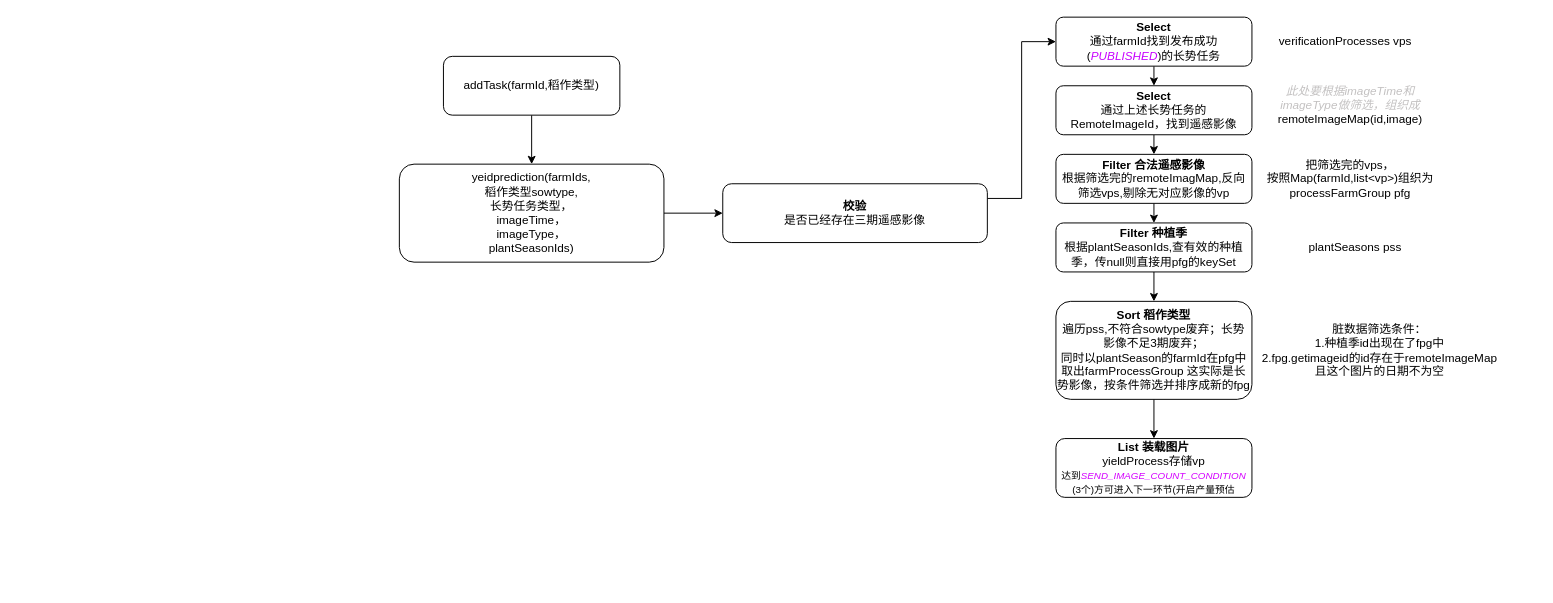
Earlier version of the draw.io diagram 产量预估.drawio (RK-JD/DrawIO). Source tidied: cells renumbered, new cells numbered last; positions are measured from the earlier drawing's top-left corner, leaving out a move shared by most shapes. Both pictures are drawn from the tidied source at 98%, with x=0, y=0 at pixel (399, 17).
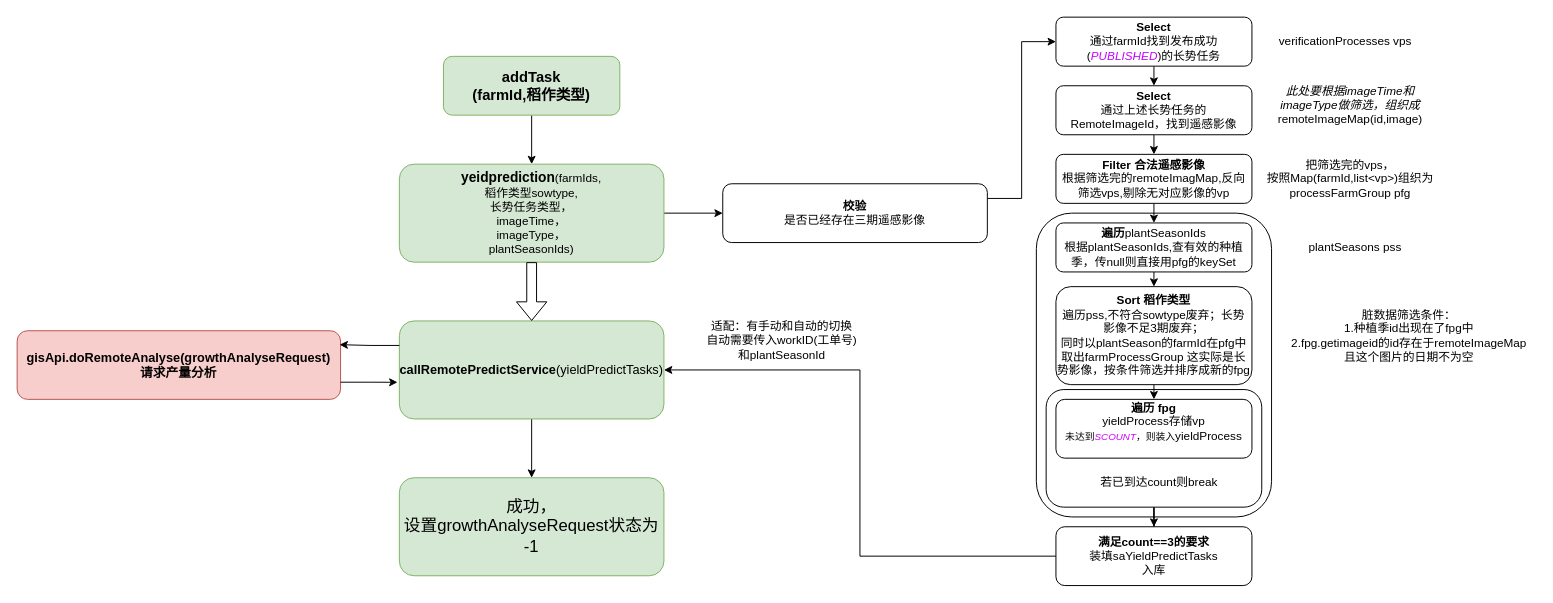
Above is the later version.

Commit message:
更新产量预估.drawio

The edit, as a diff of the source:
```diff
@@
+    <mxCell id="24" style="rounded=1;whiteSpace=wrap;html=1;" parent="1" vertex="1">
+      <mxGeometry x="650" y="200" width="240" height="310" as="geometry" />
+    </mxCell>
+    <mxCell id="25" style="edgeStyle=orthogonalEdgeStyle;rounded=0;jettySize=auto;html=1;exitX=0.5;exitY=1;exitDx=0;exitDy=0;" parent="1" edge="1" source="26" target="27">
+      <mxGeometry relative="1" as="geometry" />
+    </mxCell>
+    <mxCell id="26" style="rounded=1;whiteSpace=wrap;html=1;" parent="1" vertex="1">
+      <mxGeometry x="660" y="380" width="220" height="120" as="geometry" />
+    </mxCell>
@@
-    <mxCell id="3" value="addTask(farmId,稻作类型)" style="rounded=1;whiteSpace=wrap;html=1;" parent="1" vertex="1">
+    <mxCell id="3" value="&lt;b&gt;&lt;font style=&quot;font-size: 15px;&quot;&gt;addTask&lt;/font&gt;&lt;/b&gt;&lt;div&gt;&lt;b&gt;&lt;font style=&quot;font-size: 15px;&quot;&gt;(farmId,稻作类型)&lt;/font&gt;&lt;/b&gt;&lt;/div&gt;" style="rounded=1;whiteSpace=wrap;html=1;fillColor=#d5e8d4;strokeColor=#82b366;" parent="1" vertex="1">
       <mxGeometry x="45" y="40" width="180" height="60" as="geometry" />
     </mxCell>
@@
-    <mxCell id="5" value="yeidprediction(farmIds,&lt;div&gt;稻作类型sowtype,&lt;/div&gt;&lt;div&gt;长势任务类型，&lt;/div&gt;&lt;div&gt;imageTime，&lt;/div&gt;&lt;div&gt;imageType，&lt;/div&gt;&lt;div&gt;plantSeasonIds)&lt;/div&gt;" style="rounded=1;whiteSpace=wrap;html=1;" parent="1" vertex="1">
+    <mxCell id="5" value="&lt;b&gt;&lt;font style=&quot;font-size: 14px;&quot;&gt;yeidprediction&lt;/font&gt;&lt;/b&gt;(farmIds,&lt;div&gt;稻作类型sowtype,&lt;/div&gt;&lt;div&gt;长势任务类型，&lt;/div&gt;&lt;div&gt;imageTime，&lt;/div&gt;&lt;div&gt;imageType，&lt;/div&gt;&lt;div&gt;plantSeasonIds)&lt;/div&gt;" style="rounded=1;whiteSpace=wrap;html=1;fillColor=#d5e8d4;strokeColor=#82b366;" parent="1" vertex="1">
       <mxGeometry y="150" width="270" height="100" as="geometry" />
     </mxCell>
@@
-    <mxCell id="12" value="&lt;font color=&quot;#c3c1c1&quot;&gt;&lt;span&gt;此处要根据imageTime和&lt;br&gt;imageType做筛选，组织成&lt;br&gt;&lt;/span&gt;&lt;/font&gt;&lt;div&gt;&lt;font style=&quot;font-style: normal;&quot;&gt;remoteImageMap(id,image)&lt;/font&gt;&lt;/div&gt;" style="text;html=1;align=center;verticalAlign=middle;strokeColor=none;fillColor=none;fontStyle=2;" parent="1" vertex="1">
+    <mxCell id="12" value="此处要根据imageTime和&lt;br&gt;imageType做筛选，组织成&lt;br&gt;&lt;div&gt;&lt;font style=&quot;font-style: normal;&quot;&gt;remoteImageMap(id,image)&lt;/font&gt;&lt;/div&gt;" style="text;html=1;align=center;verticalAlign=middle;strokeColor=none;fillColor=none;fontStyle=2;" parent="1" vertex="1">
       <mxGeometry x="885" y="60" width="170" height="60" as="geometry" />
     </mxCell>
@@
-    <mxCell id="18" value="&lt;b&gt;Filter 种植季&lt;/b&gt;&lt;br&gt;根据plantSeasonIds,查有效的种植季，传null则直接用pfg的keySet" style="rounded=1;whiteSpace=wrap;html=1;" parent="1" vertex="1">
+    <mxCell id="18" value="&lt;b&gt;遍历&lt;/b&gt;plantSeasonIds&lt;br&gt;根据plantSeasonIds,查有效的种植季，传null则直接用pfg的keySet" style="rounded=1;whiteSpace=wrap;html=1;" parent="1" vertex="1">
       <mxGeometry x="670" y="210" width="200" height="50" as="geometry" />
     </mxCell>
@@
     <mxCell id="20" value="&lt;b&gt;Sort 稻作类型&lt;/b&gt;&lt;br&gt;遍历pss,不符合sowtype废弃；长势影像不足3期废弃；&lt;div&gt;同时以plantSeason的farmId在pfg中取出farmProcessGroup 这实际是长势影像，按条件筛选并排序成新的fpg&lt;/div&gt;" style="rounded=1;whiteSpace=wrap;html=1;" parent="1" vertex="1">
-      <mxGeometry x="670" y="290" width="200" height="100" as="geometry" />
+      <mxGeometry x="670" y="275" width="200" height="100" as="geometry" />
     </mxCell>
@@
     <mxCell id="22" value="脏数据筛选条件：&lt;div&gt;1.种植季id出现在了fpg中&lt;/div&gt;&lt;div&gt;2.fpg.getimageid的id存在于remoteImageMap&lt;br&gt;且这个图片的日期不为空&lt;/div&gt;" style="text;html=1;align=center;verticalAlign=middle;strokeColor=none;fillColor=none;" parent="1" vertex="1">
-      <mxGeometry x="870" y="305" width="260" height="70" as="geometry" />
+      <mxGeometry x="900" y="290" width="260" height="70" as="geometry" />
     </mxCell>
-    <mxCell id="23" value="&lt;b&gt;List 装载图片&lt;/b&gt;&lt;br&gt;&lt;div&gt;yieldProcess存储vp&lt;br&gt;&lt;font size=&quot;1&quot;&gt;&lt;span style=&quot;font-size: 10px;&quot;&gt;达到&lt;/span&gt;&lt;i style=&quot;color: rgb(212, 0, 255); font-size: 10px;&quot;&gt;SEND_IMAGE_COUNT_CONDITION&lt;/i&gt;&lt;/font&gt;&lt;/div&gt;&lt;div&gt;&lt;font size=&quot;1&quot;&gt;&lt;span style=&quot;font-size: 10px;&quot;&gt;(3个)方可进入下一环节(开启产量预估&lt;/span&gt;&lt;/font&gt;&lt;/div&gt;" style="rounded=1;whiteSpace=wrap;html=1;" parent="1" vertex="1">
-      <mxGeometry x="670" y="430" width="200" height="60" as="geometry" />
+    <mxCell id="23" value="&lt;b&gt;遍历 fpg&lt;/b&gt;&lt;br&gt;&lt;div&gt;yieldProcess存储vp&lt;br&gt;&lt;font size=&quot;1&quot;&gt;&lt;span style=&quot;font-size: 10px;&quot;&gt;未达到&lt;/span&gt;&lt;i style=&quot;color: rgb(212, 0, 255); font-size: 10px;&quot;&gt;SCOUNT&lt;/i&gt;&lt;span style=&quot;font-size: 10px;&quot;&gt;，则装入&lt;/span&gt;&lt;/font&gt;&lt;span style=&quot;background-color: initial;&quot;&gt;yieldProcess&lt;/span&gt;&lt;/div&gt;&lt;div&gt;&lt;br&gt;&lt;/div&gt;" style="rounded=1;whiteSpace=wrap;html=1;" parent="1" vertex="1">
+      <mxGeometry x="670" y="390" width="200" height="60" as="geometry" />
     </mxCell>
+    <mxCell id="27" value="&lt;div&gt;&lt;b&gt;满足count==3的要求&lt;/b&gt;&lt;/div&gt;&lt;div&gt;装填&lt;span style=&quot;background-color: initial;&quot;&gt;saYieldPredictTasks&lt;/span&gt;&lt;/div&gt;&lt;div&gt;&lt;span style=&quot;background-color: initial;&quot;&gt;入库&lt;/span&gt;&lt;/div&gt;" style="rounded=1;whiteSpace=wrap;html=1;" parent="1" vertex="1">
+      <mxGeometry x="670" y="520" width="200" height="60" as="geometry" />
+    </mxCell>
+    <mxCell id="28" value="若已到达count则break" style="text;html=1;align=center;verticalAlign=middle;strokeColor=none;fillColor=none;" parent="1" vertex="1">
+      <mxGeometry x="705" y="460" width="140" height="30" as="geometry" />
+    </mxCell>
+    <mxCell id="29" style="edgeStyle=orthogonalEdgeStyle;rounded=0;jettySize=auto;html=1;exitX=0;exitY=0.5;exitDx=0;exitDy=0;entryX=1;entryY=0.5;entryDx=0;entryDy=0;" parent="1" edge="1" source="27" target="32">
+      <mxGeometry relative="1" as="geometry" />
+    </mxCell>
+    <mxCell id="30" value="适配：有手动和自动的切换&lt;div&gt;自动需要传入workID(工单号)&lt;/div&gt;&lt;div&gt;和plantSeasonId&lt;/div&gt;" style="text;html=1;align=center;verticalAlign=middle;strokeColor=none;fillColor=none;" parent="1" vertex="1">
+      <mxGeometry x="300" y="300" width="180" height="60" as="geometry" />
+    </mxCell>
+    <mxCell id="31" style="edgeStyle=orthogonalEdgeStyle;rounded=0;jettySize=auto;html=1;exitX=0.5;exitY=1;exitDx=0;exitDy=0;entryX=0.5;entryY=0;entryDx=0;entryDy=0;" parent="1" edge="1" source="32" target="35">
+      <mxGeometry relative="1" as="geometry" />
+    </mxCell>
+    <mxCell id="32" value="&lt;span style=&quot;text-wrap: nowrap; font-size: 13px;&quot;&gt;&lt;b&gt;&lt;font style=&quot;font-size: 13px;&quot;&gt;callRemotePredictService&lt;/font&gt;&lt;/b&gt;(yieldPredictTasks)&lt;/span&gt;" style="rounded=1;whiteSpace=wrap;html=1;fillColor=#d5e8d4;strokeColor=#82b366;" parent="1" vertex="1">
+      <mxGeometry y="310" width="270" height="100" as="geometry" />
+    </mxCell>
+    <mxCell id="33" style="shape=flexArrow;endArrow=classic;html=1;rounded=0;entryX=0.5;entryY=0;entryDx=0;entryDy=0;exitX=0.5;exitY=1;exitDx=0;exitDy=0;" parent="1" edge="1" source="5" target="32">
+      <mxGeometry relative="1" as="geometry" />
+    </mxCell>
+    <mxCell id="34" value="&lt;span style=&quot;font-size: 13px; text-wrap: nowrap;&quot;&gt;&lt;b&gt;gisApi.doRemoteAnalyse(growthAnalyseRequest)&lt;/b&gt;&lt;/span&gt;&lt;div&gt;&lt;span style=&quot;font-size: 13px; text-wrap: nowrap;&quot;&gt;&lt;b&gt;请求产量分析&lt;/b&gt;&lt;/span&gt;&lt;/div&gt;" style="rounded=1;whiteSpace=wrap;html=1;fillColor=#f8cecc;strokeColor=#b85450;" parent="1" vertex="1">
+      <mxGeometry x="-390" y="320" width="330" height="70" as="geometry" />
+    </mxCell>
+    <mxCell id="35" value="&lt;span style=&quot;text-wrap: nowrap; font-size: 17px;&quot;&gt;&lt;font style=&quot;font-size: 17px;&quot;&gt;成功，&lt;/font&gt;&lt;/span&gt;&lt;div style=&quot;font-size: 17px;&quot;&gt;&lt;font style=&quot;font-size: 17px;&quot;&gt;&lt;span style=&quot;text-wrap: nowrap;&quot;&gt;设置&lt;/span&gt;&lt;span style=&quot;text-wrap: nowrap;&quot;&gt;growthAnalyseRequest状态为&lt;/span&gt;&lt;/font&gt;&lt;div style=&quot;&quot;&gt;&lt;span style=&quot;text-wrap: nowrap;&quot;&gt;&lt;font style=&quot;font-size: 17px;&quot;&gt;-1&lt;/font&gt;&lt;/span&gt;&lt;/div&gt;&lt;/div&gt;" style="rounded=1;whiteSpace=wrap;html=1;fillColor=#d5e8d4;strokeColor=#82b366;" parent="1" vertex="1">
+      <mxGeometry y="470" width="270" height="100" as="geometry" />
+    </mxCell>
+    <mxCell id="36" style="edgeStyle=orthogonalEdgeStyle;rounded=0;jettySize=auto;html=1;exitX=0;exitY=0.25;exitDx=0;exitDy=0;entryX=0.997;entryY=0.203;entryDx=0;entryDy=0;entryPerimeter=0;" parent="1" edge="1" source="32" target="34">
+      <mxGeometry relative="1" as="geometry" />
+    </mxCell>
+    <mxCell id="37" style="edgeStyle=orthogonalEdgeStyle;rounded=0;jettySize=auto;html=1;exitX=1;exitY=0.75;exitDx=0;exitDy=0;entryX=-0.007;entryY=0.626;entryDx=0;entryDy=0;entryPerimeter=0;" parent="1" edge="1" source="34" target="32">
+      <mxGeometry relative="1" as="geometry" />
+    </mxCell>
```
